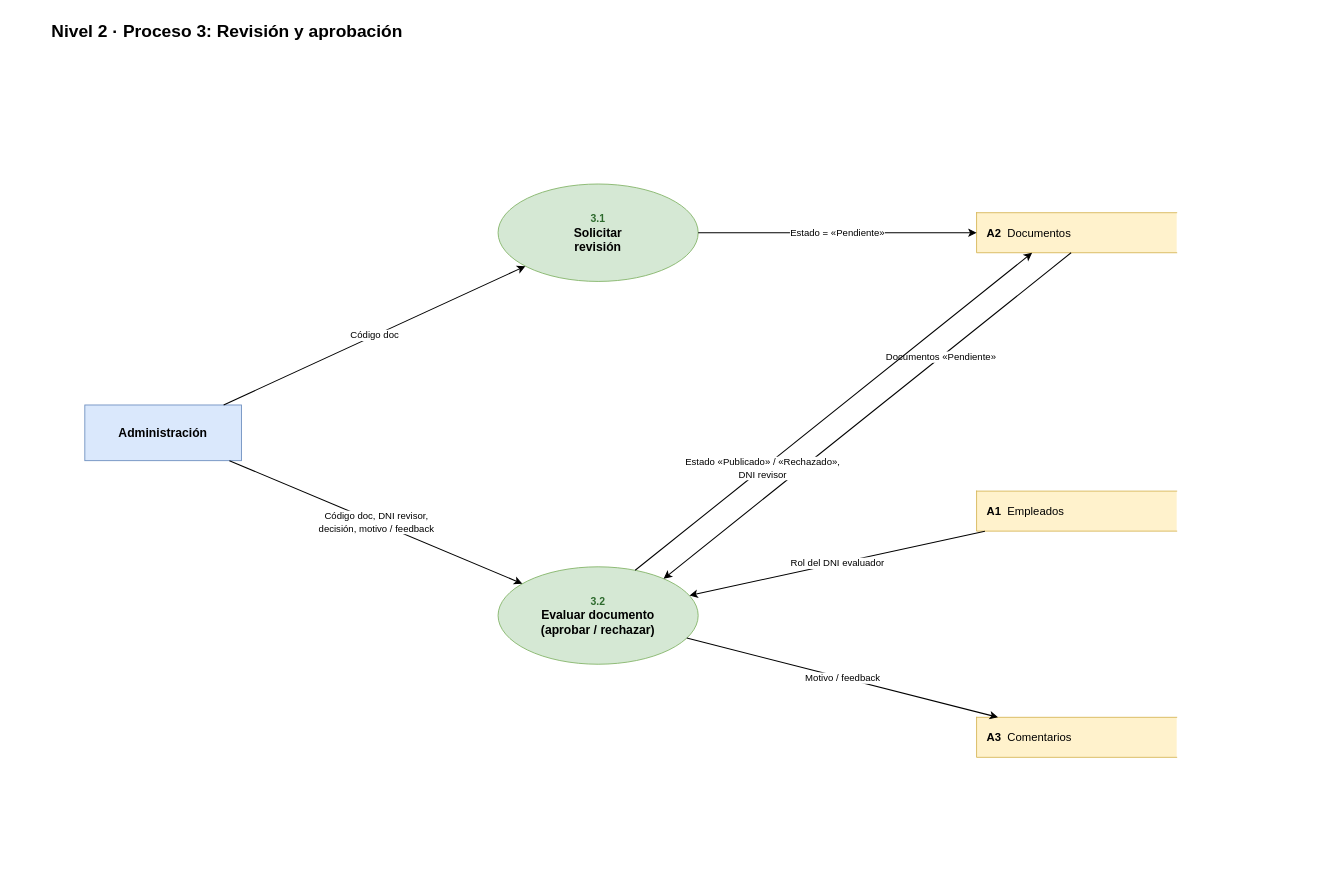
adriivarela06/P2_DDSI keeps this draw.io diagram as page "Nivel 2 · Proceso 3" (5 of 7) of diagramas_sistema_documentacion /dfd/dfd_sistema_documentacion.drawio. Above is the earlier version. Source tidied: cells renumbered, new cells numbered last; positions are measured from the earlier drawing's top-left corner, leaving out a move shared by most shapes. Both pictures are drawn from the tidied source at 87%, with x=0, y=0 at pixel (50, 15).
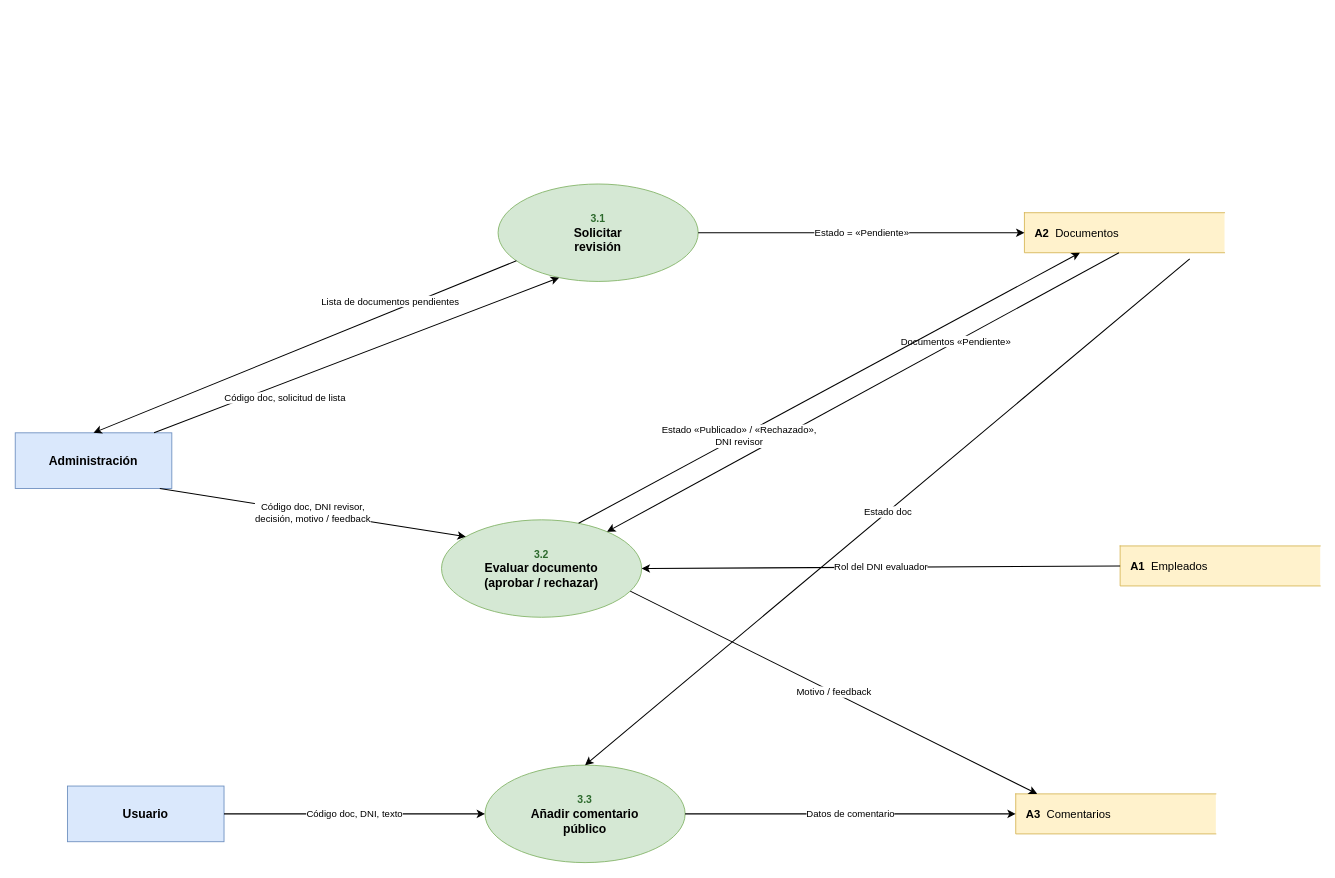
The same diagram, later.

Commit message (it also covers changes not shown here):
Retoque del nivel 2 antes de que el profesor lo vea

The change refers to these unchanged cells:
```xml
<mxCell id="3" value="&lt;font style=&quot;font-size:12px&quot; color=&quot;#2d6a2d&quot;&gt;3.1&lt;/font&gt;&lt;br&gt;Solicitar&lt;br&gt;revisión" style="ellipse;whiteSpace=wrap;html=1;fillColor=#d5e8d4;strokeColor=#82b366;fontColor=#000000;fontSize=14;fontStyle=1;" parent="1" vertex="1">
  <mxGeometry x="515" y="194" width="230" height="112" as="geometry" />
</mxCell>
```

The edit, as a diff of the source:
```diff
@@
     <mxCell id="2" value="Administración" style="rounded=0;whiteSpace=wrap;html=1;fillColor=#dae8fc;strokeColor=#6c8ebf;fontStyle=1;fontSize=14;" parent="1" vertex="1">
-      <mxGeometry x="40" y="448" width="180" height="64" as="geometry" />
+      <mxGeometry x="-40" y="480" width="180" height="64" as="geometry" />
     </mxCell>
+    <mxCell id="16" value="Usuario" style="rounded=0;whiteSpace=wrap;html=1;fillColor=#dae8fc;strokeColor=#6c8ebf;fontStyle=1;fontSize=14;" parent="1" vertex="1">
+      <mxGeometry x="20" y="886" width="180" height="64" as="geometry" />
+    </mxCell>
@@
     <mxCell id="4" value="&lt;font style=&quot;font-size:12px&quot; color=&quot;#2d6a2d&quot;&gt;3.2&lt;/font&gt;&lt;br&gt;Evaluar documento&lt;br&gt;(aprobar / rechazar)" style="ellipse;whiteSpace=wrap;html=1;fillColor=#d5e8d4;strokeColor=#82b366;fontColor=#000000;fontSize=14;fontStyle=1;" parent="1" vertex="1">
-      <mxGeometry x="515" y="634" width="230" height="112" as="geometry" />
+      <mxGeometry x="450" y="580" width="230" height="112" as="geometry" />
     </mxCell>
+    <mxCell id="17" value="&lt;font style=&quot;font-size:12px&quot; color=&quot;#2d6a2d&quot;&gt;3.3&lt;/font&gt;&lt;br&gt;Añadir comentario&lt;br&gt;público" style="ellipse;whiteSpace=wrap;html=1;fillColor=#d5e8d4;strokeColor=#82b366;fontColor=#000000;fontSize=14;fontStyle=1;" parent="1" vertex="1">
+      <mxGeometry x="500" y="862" width="230" height="112" as="geometry" />
+    </mxCell>
     <mxCell id="5" value="&lt;b&gt;A2&lt;/b&gt;&amp;nbsp;&amp;nbsp;Documentos" style="shape=partialRectangle;right=0;whiteSpace=wrap;html=1;fillColor=#fff2cc;strokeColor=#d6b656;align=left;spacingLeft=10;fontSize=13;" parent="1" vertex="1">
-      <mxGeometry x="1065" y="227" width="230" height="46" as="geometry" />
+      <mxGeometry x="1120" y="227" width="230" height="46" as="geometry" />
     </mxCell>
     <mxCell id="6" value="&lt;b&gt;A1&lt;/b&gt;&amp;nbsp;&amp;nbsp;Empleados" style="shape=partialRectangle;right=0;whiteSpace=wrap;html=1;fillColor=#fff2cc;strokeColor=#d6b656;align=left;spacingLeft=10;fontSize=13;" parent="1" vertex="1">
-      <mxGeometry x="1065" y="547" width="230" height="46" as="geometry" />
+      <mxGeometry x="1230" y="610" width="230" height="46" as="geometry" />
     </mxCell>
     <mxCell id="7" value="&lt;b&gt;A3&lt;/b&gt;&amp;nbsp;&amp;nbsp;Comentarios" style="shape=partialRectangle;right=0;whiteSpace=wrap;html=1;fillColor=#fff2cc;strokeColor=#d6b656;align=left;spacingLeft=10;fontSize=13;" parent="1" vertex="1">
-      <mxGeometry x="1065" y="807" width="230" height="46" as="geometry" />
+      <mxGeometry x="1110" y="895" width="230" height="46" as="geometry" />
     </mxCell>
-    <mxCell id="8" value="Código doc" style="edgeStyle=none;html=1;endArrow=classic;endFill=1;strokeWidth=1.2;fontSize=11;labelBackgroundColor=#ffffff;exitX=0.8865;exitY=0.0000;exitDx=0;exitDy=0;exitPerimeter=0;entryX=0.1365;entryY=0.8433;entryDx=0;entryDy=0;entryPerimeter=0;" parent="1" edge="1" source="2" target="3">
-      <mxGeometry relative="1" as="geometry" />
+    <mxCell id="8" value="Código doc, solicitud de lista" style="edgeStyle=none;html=1;endArrow=classic;endFill=1;strokeWidth=1.2;fontSize=11;labelBackgroundColor=#ffffff;exitX=0.8865;exitY=0.0000;exitDx=0;exitDy=0;exitPerimeter=0;entryX=0.305;entryY=0.961;entryDx=0;entryDy=0;entryPerimeter=0;" parent="1" edge="1" source="2" target="3">
+      <mxGeometry x="-0.38" y="-16" relative="1" as="geometry">
+        <mxPoint y="1" as="offset" />
+      </mxGeometry>
     </mxCell>
+    <mxCell id="18" value="Lista de documentos pendientes" style="edgeStyle=none;html=1;endArrow=classic;endFill=1;strokeWidth=1.2;fontSize=11;labelBackgroundColor=#ffffff;exitX=0.08;exitY=0.8;exitDx=0;exitDy=0;entryX=0.5;entryY=0;entryDx=0;entryDy=0;" parent="1" edge="1" source="3" target="2">
+      <mxGeometry x="-0.42" y="-11" relative="1" as="geometry" />
+    </mxCell>
@@
-    <mxCell id="13" value="Rol del DNI evaluador" style="edgeStyle=none;html=1;endArrow=classic;endFill=1;strokeWidth=1.2;fontSize=11;labelBackgroundColor=#ffffff;exitX=0.0417;exitY=1.0000;exitDx=0;exitDy=0;exitPerimeter=0;entryX=0.9563;entryY=0.2956;entryDx=0;entryDy=0;entryPerimeter=0;" parent="1" edge="1" source="6" target="4">
+    <mxCell id="13" value="Rol del DNI evaluador" style="edgeStyle=none;html=1;endArrow=classic;endFill=1;strokeWidth=1.2;fontSize=11;labelBackgroundColor=#ffffff;exitX=0;exitY=0.5;exitDx=0;exitDy=0;entryX=1;entryY=0.5;entryDx=0;entryDy=0;" parent="1" edge="1" source="6" target="4">
       <mxGeometry relative="1" as="geometry" />
     </mxCell>
@@
-    <mxCell id="15" value="&lt;b&gt;Nivel 2 · Proceso 3: Revisión y aprobación&lt;/b&gt;" style="text;html=1;align=left;fontSize=20;" parent="1" vertex="1">
-      <mxGeometry width="900" height="36" as="geometry" />
-    </mxCell>
+    <mxCell id="19" value="Código doc, DNI, texto" style="edgeStyle=none;html=1;endArrow=classic;endFill=1;strokeWidth=1.2;fontSize=11;labelBackgroundColor=#ffffff;exitX=1;exitY=0.5;exitDx=0;exitDy=0;entryX=0;entryY=0.5;entryDx=0;entryDy=0;" parent="1" edge="1" source="16" target="17">
+      <mxGeometry relative="1" as="geometry" />
+    </mxCell>
+    <mxCell id="20" value="Datos de comentario" style="edgeStyle=none;html=1;endArrow=classic;endFill=1;strokeWidth=1.2;fontSize=11;labelBackgroundColor=#ffffff;exitX=1;exitY=0.5;exitDx=0;exitDy=0;entryX=0;entryY=0.5;entryDx=0;entryDy=0;" parent="1" edge="1" source="17" target="7">
+      <mxGeometry relative="1" as="geometry" />
+    </mxCell>
+    <mxCell id="21" value="Estado doc" style="edgeStyle=none;html=1;endArrow=classic;endFill=1;strokeWidth=1.2;fontSize=11;labelBackgroundColor=#ffffff;entryX=0.5;entryY=0;entryDx=0;entryDy=0;" parent="1" edge="1" target="17">
+      <mxGeometry relative="1" as="geometry">
+        <mxPoint x="1310" y="280" as="sourcePoint" />
+      </mxGeometry>
+    </mxCell>
```
